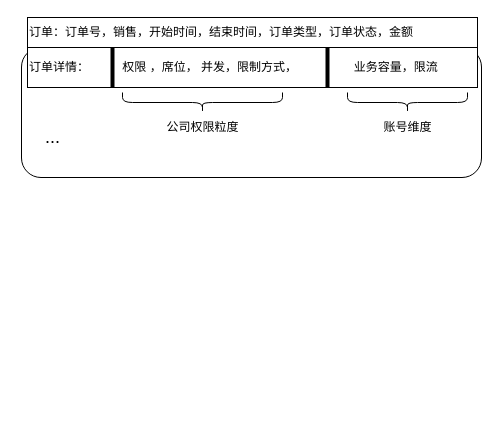
Before: Order.drawio in yindongjun/gangzhang.github.io, a draw.io diagram. Source tidied: cells renumbered, new cells numbered last; positions are measured from the earlier drawing's top-left corner, leaving out a move shared by most shapes. Both pictures are drawn from the tidied source at 100%, with x=0, y=0 at pixel (21, 17).
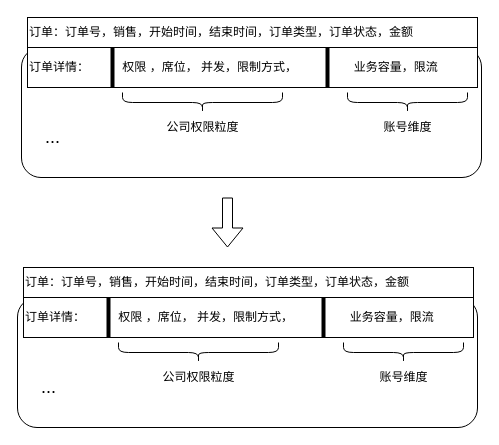
The same diagram, later.

What changed in the source:
```diff
@@
+    <mxCell id="12" style="shape=flexArrow;endArrow=classic;html=1;" parent="1" edge="1">
+      <mxGeometry relative="1" as="geometry">
+        <mxPoint x="206" y="180" as="sourcePoint" />
+        <mxPoint x="206" y="230" as="targetPoint" />
+      </mxGeometry>
+    </mxCell>
+    <mxCell id="13" style="rounded=1;whiteSpace=wrap;html=1;" parent="1" vertex="1">
+      <mxGeometry x="-4" y="280" width="460" height="130" as="geometry" />
+    </mxCell>
+    <mxCell id="14" value="订单：订单号，销售，开始时间，结束时间，订单类型，订单状态，金额" style="rounded=0;whiteSpace=wrap;html=1;align=left;" parent="1" vertex="1">
+      <mxGeometry x="2" y="250" width="450" height="30" as="geometry" />
+    </mxCell>
+    <mxCell id="15" value="订单详情：&amp;nbsp; &amp;nbsp; &amp;nbsp; &amp;nbsp; &amp;nbsp; 权限 ，席位， 并发，限制方式，&amp;nbsp; &amp;nbsp; &amp;nbsp; &amp;nbsp; &amp;nbsp; &amp;nbsp; &amp;nbsp; &amp;nbsp; &amp;nbsp;业务容量，限流" style="rounded=0;whiteSpace=wrap;html=1;align=left;" parent="1" vertex="1">
+      <mxGeometry x="2" y="280" width="450" height="40" as="geometry" />
+    </mxCell>
+    <mxCell id="16" style="shape=curlyBracket;whiteSpace=wrap;html=1;rounded=1;rotation=-90;" parent="1" vertex="1">
+      <mxGeometry x="167" y="255" width="20" height="160" as="geometry" />
+    </mxCell>
+    <mxCell id="17" value="&lt;font style=&quot;font-size: 18px&quot;&gt;...&lt;/font&gt;" style="text;html=1;align=center;verticalAlign=middle;strokeColor=none;" parent="1" vertex="1">
+      <mxGeometry x="12" y="360" width="30" height="20" as="geometry" />
+    </mxCell>
+    <mxCell id="18" value="公司权限粒度" style="text;html=1;align=center;verticalAlign=middle;strokeColor=none;" parent="1" vertex="1">
+      <mxGeometry x="132" y="350" width="90" height="20" as="geometry" />
+    </mxCell>
+    <mxCell id="19" style="shape=curlyBracket;whiteSpace=wrap;html=1;rounded=1;rotation=-90;" parent="1" vertex="1">
+      <mxGeometry x="372" y="275" width="20" height="120" as="geometry" />
+    </mxCell>
+    <mxCell id="20" value="账号维度" style="text;html=1;align=center;verticalAlign=middle;strokeColor=none;" parent="1" vertex="1">
+      <mxGeometry x="352" y="350" width="60" height="20" as="geometry" />
+    </mxCell>
+    <mxCell id="21" style="line;strokeWidth=4;html=1;perimeter=backbonePerimeter;rotation=90;" parent="1" vertex="1">
+      <mxGeometry x="67" y="295" width="40" height="10" as="geometry" />
+    </mxCell>
+    <mxCell id="22" style="line;strokeWidth=4;html=1;perimeter=backbonePerimeter;rotation=90;" parent="1" vertex="1">
+      <mxGeometry x="282" y="295" width="40" height="10" as="geometry" />
+    </mxCell>
```
